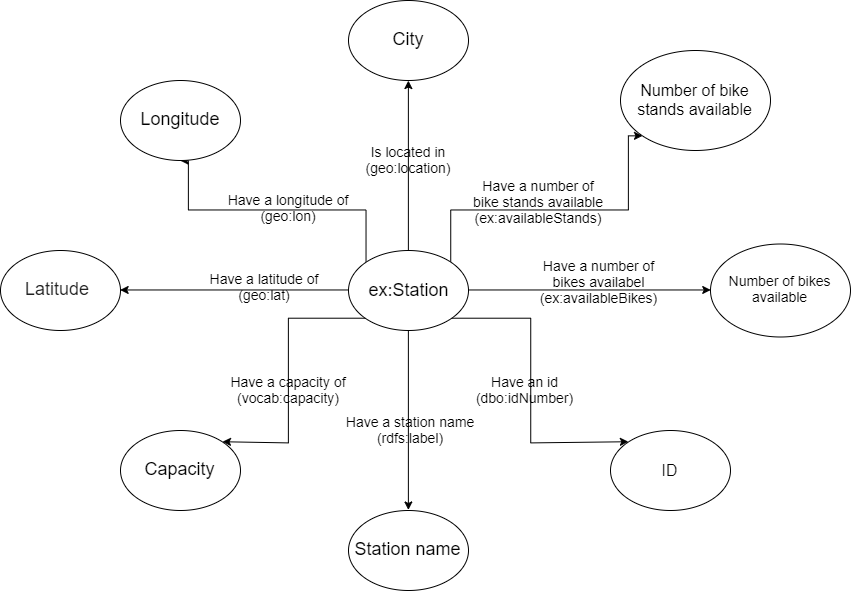
Before: src/main/resources/rdf_vocabulary.png, a diagram exported from draw.io (TaoGrolleau/bicycle_sharing). Source tidied: cells renumbered, new cells last; positions are measured from the earlier drawing's top-left corner, leaving out a move shared by most shapes.
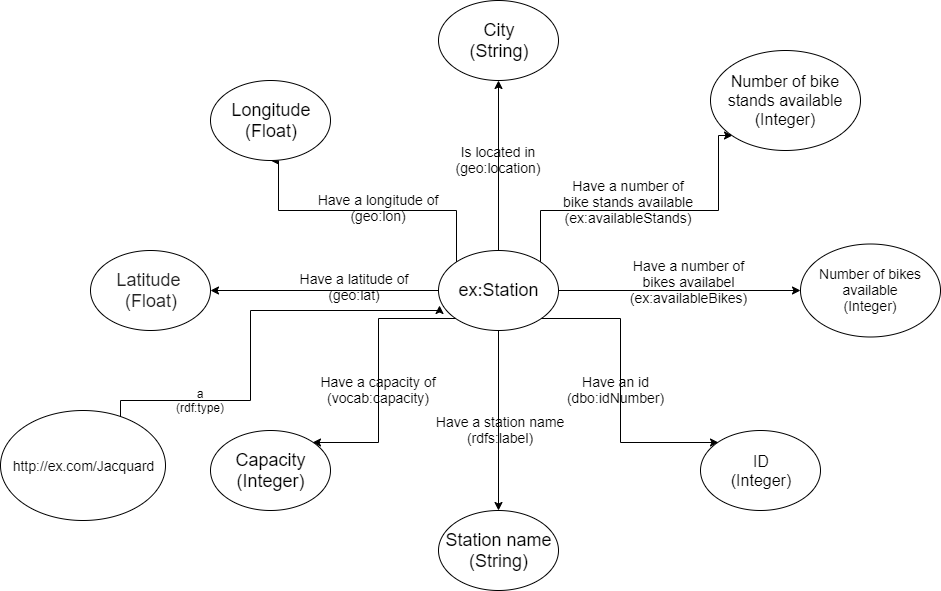
The same file after the commit.

Commit message:
modification of the rdf_vocabulary

Diff of the diagram source:
```diff
@@ -53,25 +53,25 @@
     <mxCell id="11" value="&lt;span style=&quot;font-size: 18px&quot;&gt;ex:Station&lt;/span&gt;" style="text;html=1;strokeColor=none;fillColor=none;align=center;verticalAlign=middle;whiteSpace=wrap;rounded=0;" parent="1" vertex="1">
       <mxGeometry x="388" y="280" width="40" height="20" as="geometry" />
     </mxCell>
-    <mxCell id="12" value="&lt;font style=&quot;font-size: 18px&quot;&gt;Capacity&lt;/font&gt;" style="ellipse;whiteSpace=wrap;html=1;" parent="1" vertex="1">
+    <mxCell id="12" value="&lt;font style=&quot;font-size: 18px&quot;&gt;Capacity&lt;br&gt;(Integer)&lt;br&gt;&lt;/font&gt;" style="ellipse;whiteSpace=wrap;html=1;" parent="1" vertex="1">
       <mxGeometry x="120" y="430" width="120" height="80" as="geometry" />
     </mxCell>
     <mxCell id="13" value="&lt;font&gt;&lt;span style=&quot;font-size: 14px&quot;&gt;Have a capacity of (vocab:capacity)&lt;/span&gt;&lt;br&gt;&lt;/font&gt;" style="text;html=1;strokeColor=none;fillColor=none;align=center;verticalAlign=middle;whiteSpace=wrap;rounded=0;" parent="1" vertex="1">
       <mxGeometry x="228" y="380" width="120" height="20" as="geometry" />
     </mxCell>
-    <mxCell id="14" value="&lt;span style=&quot;font-size: 18px&quot;&gt;Station name&lt;br&gt;&lt;/span&gt;" style="ellipse;whiteSpace=wrap;html=1;" parent="1" vertex="1">
+    <mxCell id="14" value="&lt;span style=&quot;font-size: 18px&quot;&gt;Station name&lt;br&gt;(String)&lt;br&gt;&lt;/span&gt;" style="ellipse;whiteSpace=wrap;html=1;" parent="1" vertex="1">
       <mxGeometry x="348" y="510" width="120" height="80" as="geometry" />
     </mxCell>
     <mxCell id="15" value="&lt;font&gt;&lt;font style=&quot;font-size: 14px&quot;&gt;Have a station name (rdfs:label)&lt;/font&gt;&lt;br&gt;&lt;/font&gt;" style="text;html=1;strokeColor=none;fillColor=none;align=center;verticalAlign=middle;whiteSpace=wrap;rounded=0;" parent="1" vertex="1">
       <mxGeometry x="340" y="420" width="140" height="20" as="geometry" />
     </mxCell>
-    <mxCell id="16" value="&lt;font size=&quot;3&quot;&gt;ID&lt;/font&gt;" style="ellipse;whiteSpace=wrap;html=1;" parent="1" vertex="1">
+    <mxCell id="16" value="&lt;font size=&quot;3&quot;&gt;ID&lt;br&gt;(Integer)&lt;br&gt;&lt;/font&gt;" style="ellipse;whiteSpace=wrap;html=1;" parent="1" vertex="1">
       <mxGeometry x="610" y="430" width="120" height="80" as="geometry" />
     </mxCell>
     <mxCell id="17" value="&lt;font style=&quot;font-size: 14px&quot;&gt;Have an id (dbo:idNumber)&lt;br&gt;&lt;/font&gt;" style="text;html=1;strokeColor=none;fillColor=none;align=center;verticalAlign=middle;whiteSpace=wrap;rounded=0;" parent="1" vertex="1">
       <mxGeometry x="490" y="380" width="70" height="20" as="geometry" />
     </mxCell>
-    <mxCell id="18" value="&lt;font style=&quot;font-size: 14px&quot;&gt;Number of bikes available&lt;/font&gt;" style="ellipse;whiteSpace=wrap;html=1;" parent="1" vertex="1">
+    <mxCell id="18" value="&lt;font style=&quot;font-size: 14px&quot;&gt;Number of bikes available&lt;br&gt;(Integer)&lt;br&gt;&lt;/font&gt;" style="ellipse;whiteSpace=wrap;html=1;" parent="1" vertex="1">
       <mxGeometry x="710" y="243.5" width="140" height="93" as="geometry" />
     </mxCell>
     <mxCell id="19" value="&lt;font style=&quot;font-size: 14px&quot;&gt;Have a latitude of (geo:lat)&lt;br&gt;&lt;br&gt;&lt;/font&gt;" style="text;html=1;strokeColor=none;fillColor=none;align=center;verticalAlign=middle;whiteSpace=wrap;rounded=0;" parent="1" vertex="1">
@@ -80,26 +80,42 @@
     <mxCell id="20" value="&lt;font style=&quot;font-size: 14px&quot;&gt;Have a number of bikes availabel (ex:availableBikes)&lt;br&gt;&lt;br&gt;&lt;/font&gt;" style="text;html=1;strokeColor=none;fillColor=none;align=center;verticalAlign=middle;whiteSpace=wrap;rounded=0;" parent="1" vertex="1">
       <mxGeometry x="538" y="280" width="120" height="20" as="geometry" />
     </mxCell>
-    <mxCell id="21" value="&lt;font style=&quot;font-size: 18px&quot;&gt;&lt;span style=&quot;color: rgb(34 , 34 , 34) ; font-family: &amp;#34;arial&amp;#34; , sans-serif ; text-align: left ; white-space: normal ; background-color: rgb(255 , 255 , 255)&quot;&gt;Latitude&lt;/span&gt;&lt;span style=&quot;color: rgb(34 , 34 , 34) ; font-family: &amp;#34;arial&amp;#34; , sans-serif ; text-align: left ; white-space: normal ; background-color: rgb(255 , 255 , 255)&quot;&gt;&amp;nbsp;&lt;/span&gt;&lt;/font&gt;" style="ellipse;whiteSpace=wrap;html=1;" parent="1" vertex="1">
+    <mxCell id="21" value="&lt;font style=&quot;font-size: 18px&quot;&gt;&lt;span style=&quot;color: rgb(34 , 34 , 34) ; font-family: &amp;#34;arial&amp;#34; , sans-serif ; text-align: left ; white-space: normal ; background-color: rgb(255 , 255 , 255)&quot;&gt;Latitude&lt;/span&gt;&lt;span style=&quot;color: rgb(34 , 34 , 34) ; font-family: &amp;#34;arial&amp;#34; , sans-serif ; text-align: left ; white-space: normal ; background-color: rgb(255 , 255 , 255)&quot;&gt;&amp;nbsp;&lt;br&gt;(Float)&lt;br&gt;&lt;/span&gt;&lt;/font&gt;" style="ellipse;whiteSpace=wrap;html=1;" parent="1" vertex="1">
       <mxGeometry y="250" width="120" height="80" as="geometry" />
     </mxCell>
-    <mxCell id="22" value="&lt;span style=&quot;font-size: 18px&quot;&gt;Longitude&lt;/span&gt;" style="ellipse;whiteSpace=wrap;html=1;" parent="1" vertex="1">
+    <mxCell id="22" value="&lt;span style=&quot;font-size: 18px&quot;&gt;Longitude&lt;br&gt;(Float)&lt;br&gt;&lt;/span&gt;" style="ellipse;whiteSpace=wrap;html=1;" parent="1" vertex="1">
       <mxGeometry x="120" y="80" width="120" height="80" as="geometry" />
     </mxCell>
     <mxCell id="23" value="&lt;font style=&quot;font-size: 14px&quot;&gt;Have a longitude of (geo:lon)&lt;br&gt;&lt;br&gt;&lt;/font&gt;" style="text;html=1;strokeColor=none;fillColor=none;align=center;verticalAlign=middle;whiteSpace=wrap;rounded=0;" parent="1" vertex="1">
       <mxGeometry x="222" y="206" width="132" height="20" as="geometry" />
     </mxCell>
-    <mxCell id="24" value="&lt;font style=&quot;font-size: 18px&quot;&gt;City&lt;/font&gt;" style="ellipse;whiteSpace=wrap;html=1;" parent="1" vertex="1">
+    <mxCell id="24" value="&lt;font style=&quot;font-size: 18px&quot;&gt;City&lt;br&gt;(String)&lt;br&gt;&lt;/font&gt;" style="ellipse;whiteSpace=wrap;html=1;" parent="1" vertex="1">
       <mxGeometry x="348" width="120" height="80" as="geometry" />
     </mxCell>
     <mxCell id="25" value="&lt;font style=&quot;font-size: 14px&quot;&gt;Is located in (geo:location)&lt;/font&gt;" style="text;html=1;strokeColor=none;fillColor=none;align=center;verticalAlign=middle;whiteSpace=wrap;rounded=0;" parent="1" vertex="1">
       <mxGeometry x="363" y="150" width="90" height="20" as="geometry" />
     </mxCell>
-    <mxCell id="26" value="&lt;font size=&quot;3&quot;&gt;Number of bike stands&amp;nbsp;available&lt;br&gt;&lt;/font&gt;" style="ellipse;whiteSpace=wrap;html=1;" parent="1" vertex="1">
+    <mxCell id="26" value="&lt;font size=&quot;3&quot;&gt;Number of bike stands&amp;nbsp;available&lt;br&gt;(Integer)&lt;br&gt;&lt;/font&gt;" style="ellipse;whiteSpace=wrap;html=1;" parent="1" vertex="1">
       <mxGeometry x="620" y="50" width="150" height="100" as="geometry" />
     </mxCell>
     <mxCell id="27" value="&lt;font style=&quot;font-size: 14px&quot;&gt;Have a number of bike stands available (ex:availableStands)&lt;br&gt;&lt;br&gt;&lt;/font&gt;" style="text;html=1;strokeColor=none;fillColor=none;align=center;verticalAlign=middle;whiteSpace=wrap;rounded=0;" parent="1" vertex="1">
       <mxGeometry x="468" y="200" width="140" height="20" as="geometry" />
     </mxCell>
+    <mxCell id="28" style="edgeStyle=orthogonalEdgeStyle;rounded=0;jettySize=auto;html=1;exitX=1;exitY=0.5;exitDx=0;exitDy=0;entryX=0.008;entryY=0.683;entryDx=0;entryDy=0;entryPerimeter=0;" parent="1" edge="1" source="29" target="10">
+      <mxGeometry relative="1" as="geometry">
+        <Array as="points">
+          <mxPoint x="30" y="400" />
+          <mxPoint x="160" y="400" />
+          <mxPoint x="160" y="310" />
+          <mxPoint x="349" y="310" />
+        </Array>
+      </mxGeometry>
+    </mxCell>
+    <mxCell id="29" value="&lt;font style=&quot;font-size: 14px&quot;&gt;http://ex.com/Jacquard&lt;/font&gt;" style="ellipse;whiteSpace=wrap;html=1;" parent="1" vertex="1">
+      <mxGeometry x="-90" y="410" width="165" height="110" as="geometry" />
+    </mxCell>
+    <mxCell id="30" value="a&lt;br&gt;(rdf:type)" style="text;html=1;align=center;verticalAlign=middle;" parent="1" vertex="1">
+      <mxGeometry x="80" y="385" width="60" height="30" as="geometry" />
+    </mxCell>
   </root>
 </mxGraphModel>
```
